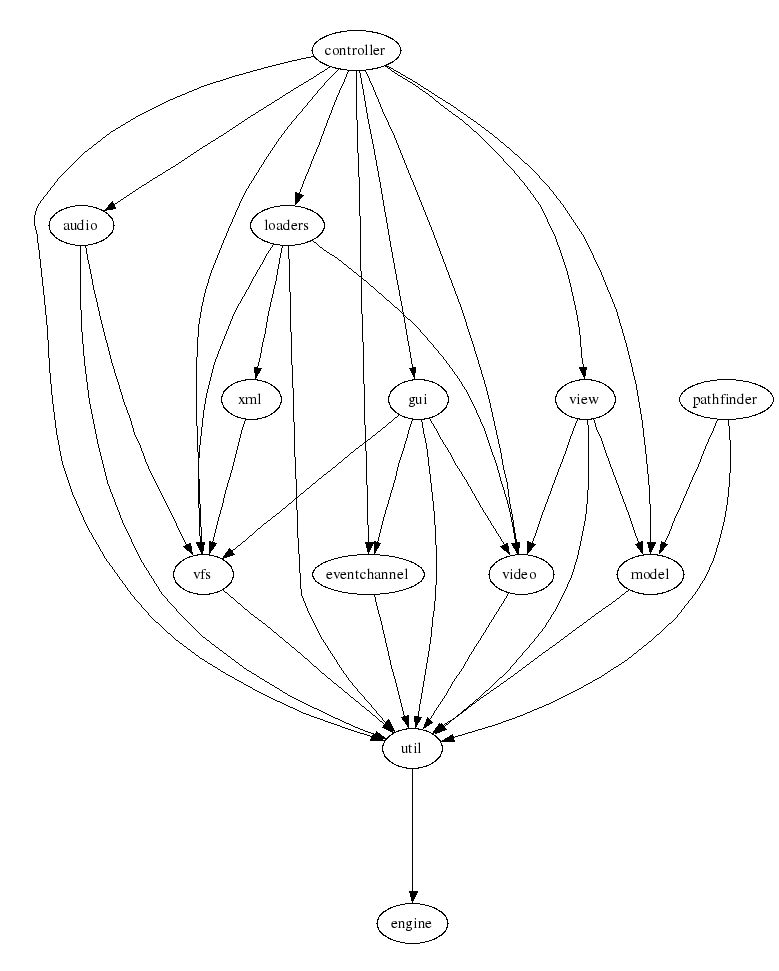
Above: doc/dependencies/moduledeps.png in fifengine/fifengine (Graphviz), before the change. Its source is kept beside it as doc/dependencies/moduledeps.dot.
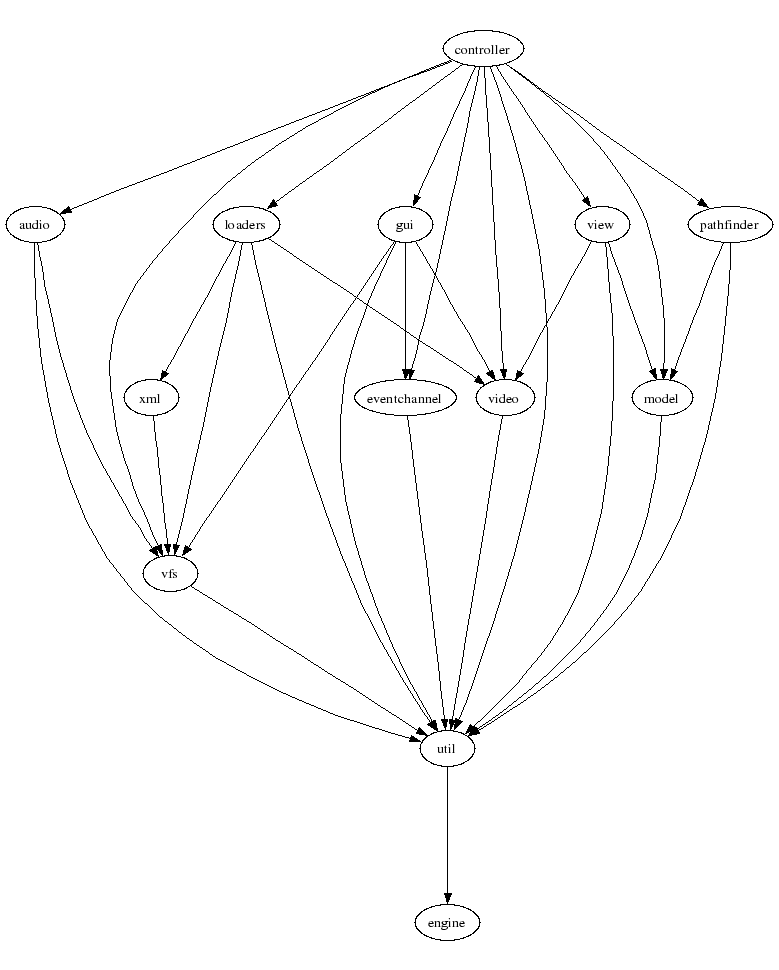
The same diagram one commit later.

Diff of the diagram source:
```diff
@@ -12,6 +12,7 @@
     "controller" -> "gui"
     "controller" -> "loaders"
     "controller" -> "model"
+    "controller" -> "pathfinder"
     "controller" -> "util"
     "controller" -> "vfs"
     "controller" -> "video"
```
